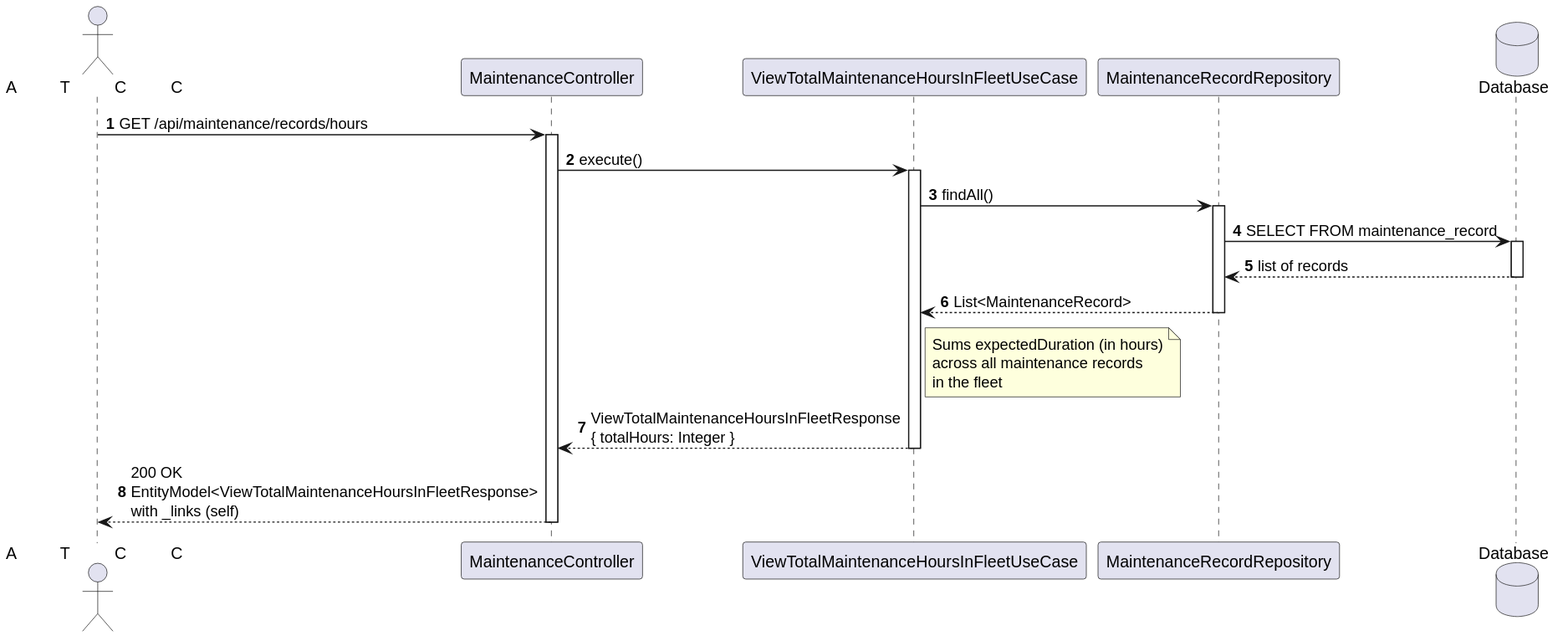
The PlantUML diagram docs/system-documentation/use-cases/WP4A/US117/svg/sd_us117.svg in VascoMagolo/psoft_1231562_1241692_1242036_2db, before a commit.
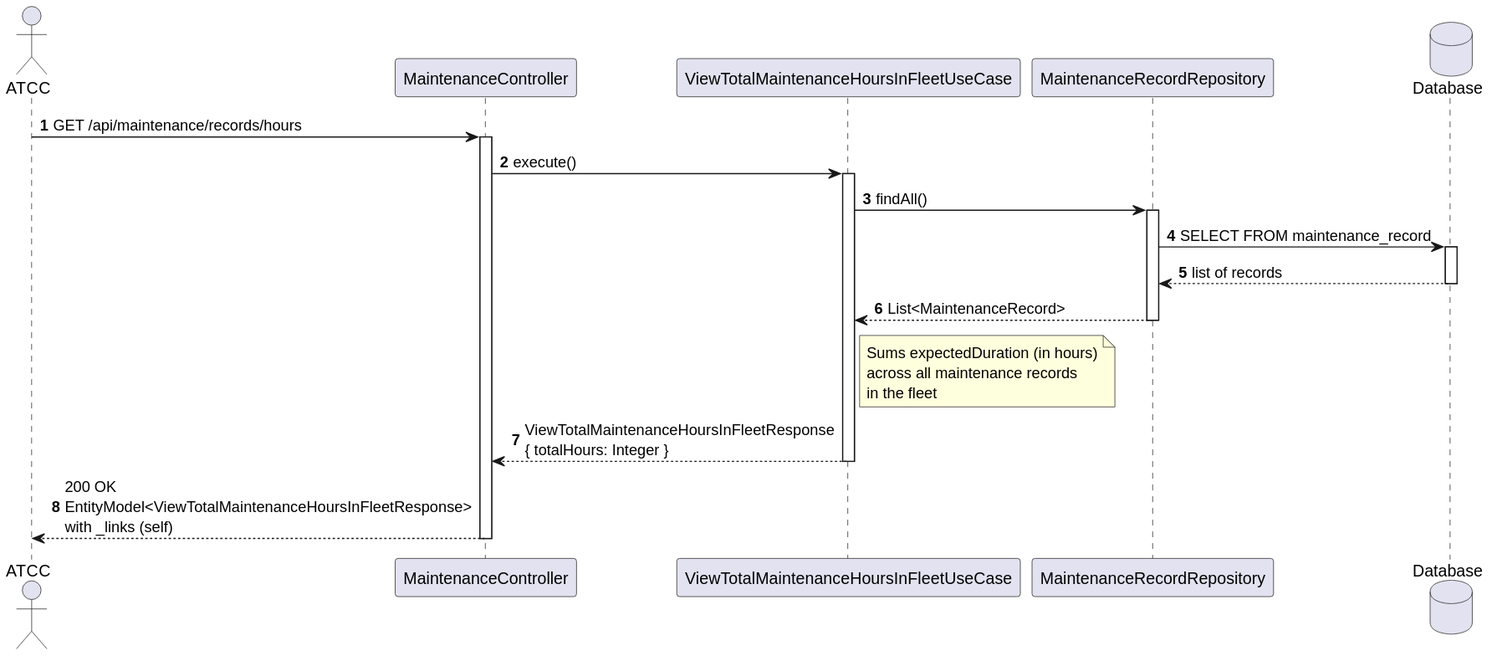
After the change.

What changed in the source:
```diff
@@ -1,6 +1,6 @@
 @startuml
 autonumber
-actor "Maintenance Supervisor" as MS
+actor "ATCC" as MS
 participant "MaintenanceController" as Ctrl
 participant "ViewTotalMaintenanceHoursInFleetUseCase" as UC
 participant "MaintenanceRecordRepository" as Repo
```
